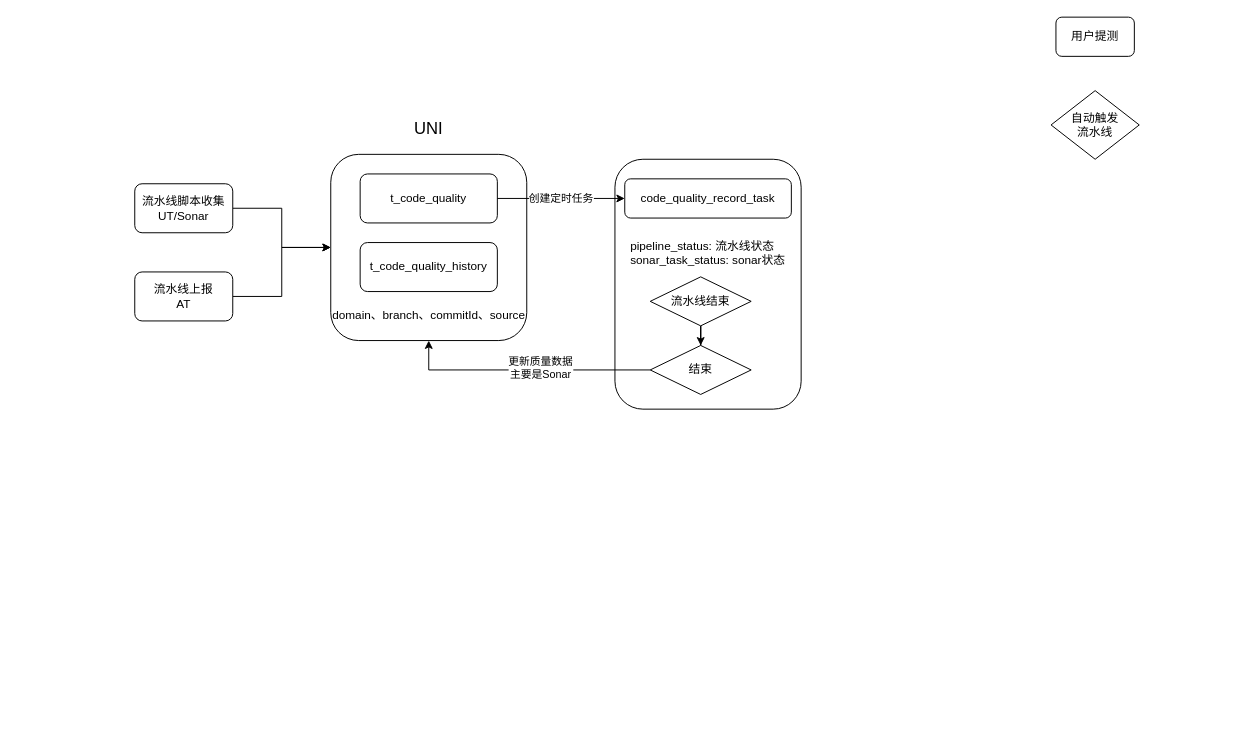
Before: 唯品会/VIP-开发流程.drawio in CoconutLoveCoffee/diagrams, a draw.io diagram. Source tidied: cells renumbered, new cells numbered last; positions are measured from the earlier drawing's top-left corner, leaving out a move shared by most shapes. Both pictures are drawn from the tidied source at 98%, with x=0, y=0 at pixel (134, 17).
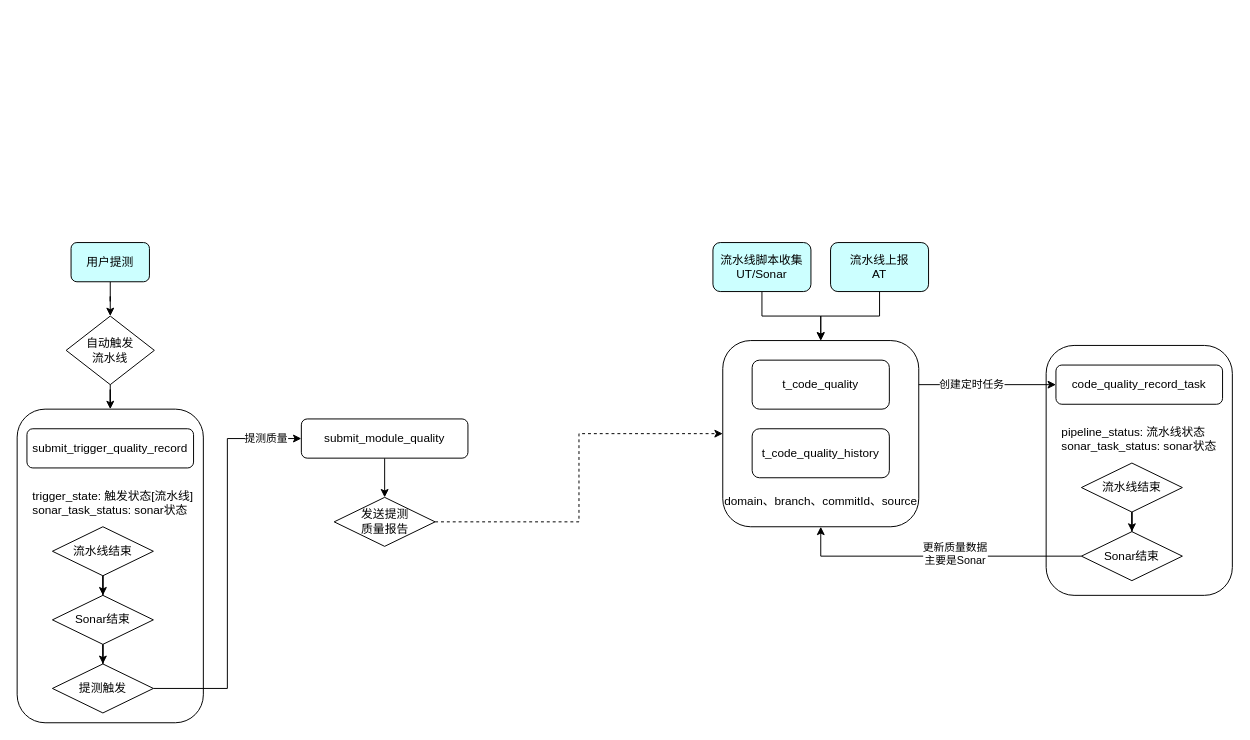
After the change.

Commit message (it also covers changes not shown here):
更新VIP-开发流程.drawio

Unchanged cells that the change refers to:
```xml
<mxCell id="15" value="code_quality_record_task" style="rounded=1;whiteSpace=wrap;html=1;" parent="14" vertex="1">
  <mxGeometry width="170" height="40" as="geometry" />
</mxCell>
<mxCell id="17" style="group;" parent="14" vertex="1">
  <mxGeometry x="26" y="100" width="103" height="120" as="geometry" />
</mxCell>
```

Change to the diagram source:
```diff
@@
+    <mxCell id="27" style="group;" parent="1" vertex="1">
+      <mxGeometry x="-120" y="230" width="460" height="490" as="geometry" />
+    </mxCell>
+    <mxCell id="28" style="rounded=1;whiteSpace=wrap;html=1;" parent="27" vertex="1">
+      <mxGeometry y="170" width="190" height="320" as="geometry" />
+    </mxCell>
+    <mxCell id="29" value="&lt;div&gt;submit_trigger_quality_record&lt;br&gt;&lt;/div&gt;" style="rounded=1;whiteSpace=wrap;html=1;" parent="27" vertex="1">
+      <mxGeometry x="10" y="190" width="170" height="40" as="geometry" />
+    </mxCell>
+    <mxCell id="30" value="trigger_state: 触发状态[流水线]&lt;div&gt;sonar_task_status: sonar状态&lt;/div&gt;" style="text;html=1;align=left;verticalAlign=top;whiteSpace=wrap;rounded=0;" parent="27" vertex="1">
+      <mxGeometry x="13.5" y="245" width="170" height="40" as="geometry" />
+    </mxCell>
+    <mxCell id="31" style="edgeStyle=orthogonalEdgeStyle;rounded=0;jettySize=auto;html=1;entryX=0.5;entryY=0;entryDx=0;entryDy=0;" parent="27" edge="1" source="32" target="34">
+      <mxGeometry relative="1" as="geometry" />
+    </mxCell>
+    <mxCell id="32" value="流水线结束" style="rhombus;whiteSpace=wrap;html=1;" parent="27" vertex="1">
+      <mxGeometry x="36" y="290" width="103" height="50" as="geometry" />
+    </mxCell>
+    <mxCell id="33" style="edgeStyle=orthogonalEdgeStyle;rounded=0;jettySize=auto;html=1;entryX=0.5;entryY=0;entryDx=0;entryDy=0;" parent="27" edge="1" source="34" target="37">
+      <mxGeometry relative="1" as="geometry" />
+    </mxCell>
+    <mxCell id="34" value="Sonar结束" style="rhombus;whiteSpace=wrap;html=1;" parent="27" vertex="1">
+      <mxGeometry x="36" y="360" width="103" height="50" as="geometry" />
+    </mxCell>
+    <mxCell id="35" style="edgeStyle=orthogonalEdgeStyle;rounded=0;jettySize=auto;html=1;entryX=0;entryY=0.5;entryDx=0;entryDy=0;" parent="27" edge="1" source="37" target="39">
+      <mxGeometry relative="1" as="geometry" />
+    </mxCell>
+    <mxCell id="36" value="提测质量" style="edgeLabel;html=1;align=center;verticalAlign=middle;" parent="35" vertex="1">
+      <mxGeometry x="0.82" y="1" relative="1" as="geometry" />
+    </mxCell>
+    <mxCell id="37" value="提测触发" style="rhombus;whiteSpace=wrap;html=1;" parent="27" vertex="1">
+      <mxGeometry x="36" y="430" width="103" height="50" as="geometry" />
+    </mxCell>
+    <mxCell id="38" style="edgeStyle=orthogonalEdgeStyle;rounded=0;jettySize=auto;html=1;" parent="27" edge="1" source="39" target="40">
+      <mxGeometry relative="1" as="geometry" />
+    </mxCell>
+    <mxCell id="39" value="&lt;div&gt;submit_module_quality&lt;br&gt;&lt;/div&gt;" style="rounded=1;whiteSpace=wrap;html=1;" parent="27" vertex="1">
+      <mxGeometry x="290" y="180" width="170" height="40" as="geometry" />
+    </mxCell>
+    <mxCell id="40" value="发送提测&lt;div&gt;质量报告&lt;/div&gt;" style="rhombus;whiteSpace=wrap;html=1;" parent="27" vertex="1">
+      <mxGeometry x="323.5" y="260" width="103" height="50" as="geometry" />
+    </mxCell>
+    <mxCell id="41" style="group;" parent="27" vertex="1">
+      <mxGeometry x="50" width="90" height="145" as="geometry" />
+    </mxCell>
+    <mxCell id="42" style="edgeStyle=orthogonalEdgeStyle;rounded=0;jettySize=auto;html=1;entryX=0.5;entryY=0;entryDx=0;entryDy=0;" parent="41" edge="1" source="23" target="24">
+      <mxGeometry relative="1" as="geometry" />
+    </mxCell>
+    <mxCell id="23" value="用户提测" style="rounded=1;whiteSpace=wrap;html=1;fillColor=#CCFFFF;" parent="41" vertex="1">
+      <mxGeometry x="5" width="80" height="40" as="geometry" />
+    </mxCell>
+    <mxCell id="24" value="自动触发&lt;div&gt;流水线&lt;/div&gt;" style="rhombus;whiteSpace=wrap;html=1;" parent="41" vertex="1">
+      <mxGeometry y="75" width="90" height="70" as="geometry" />
+    </mxCell>
+    <mxCell id="43" style="edgeStyle=orthogonalEdgeStyle;rounded=0;jettySize=auto;html=1;entryX=0.5;entryY=0;entryDx=0;entryDy=0;" parent="27" edge="1" source="24" target="28">
+      <mxGeometry relative="1" as="geometry" />
+    </mxCell>
+    <mxCell id="44" style="group;" parent="1" vertex="1">
+      <mxGeometry x="590" y="230" width="530" height="360" as="geometry" />
+    </mxCell>
-    <mxCell id="2" style="edgeStyle=orthogonalEdgeStyle;rounded=0;jettySize=auto;html=1;" parent="1" edge="1" source="3" target="8">
+    <mxCell id="2" style="edgeStyle=orthogonalEdgeStyle;rounded=0;jettySize=auto;html=1;entryX=0.5;entryY=0;entryDx=0;entryDy=0;" parent="44" edge="1" source="3" target="8">
       <mxGeometry relative="1" as="geometry" />
     </mxCell>
-    <mxCell id="3" value="流水线脚本收集UT/Sonar" style="rounded=1;whiteSpace=wrap;html=1;" parent="1" vertex="1">
-      <mxGeometry y="170" width="100" height="50" as="geometry" />
+    <mxCell id="3" value="流水线脚本收集UT/Sonar" style="rounded=1;whiteSpace=wrap;html=1;fillColor=#CCFFFF;" parent="44" vertex="1">
+      <mxGeometry width="100" height="50" as="geometry" />
     </mxCell>
-    <mxCell id="4" style="edgeStyle=orthogonalEdgeStyle;rounded=0;jettySize=auto;html=1;entryX=0;entryY=0.5;entryDx=0;entryDy=0;" parent="1" edge="1" source="5" target="8">
+    <mxCell id="4" style="edgeStyle=orthogonalEdgeStyle;rounded=0;jettySize=auto;html=1;entryX=0.5;entryY=0;entryDx=0;entryDy=0;" parent="44" edge="1" source="5" target="8">
       <mxGeometry relative="1" as="geometry" />
     </mxCell>
-    <mxCell id="5" value="&lt;div&gt;&lt;span style=&quot;background-color: initial;&quot;&gt;流水线上报&lt;/span&gt;&lt;/div&gt;&lt;div&gt;&lt;span style=&quot;background-color: initial;&quot;&gt;AT&lt;/span&gt;&lt;br&gt;&lt;/div&gt;" style="rounded=1;whiteSpace=wrap;html=1;" parent="1" vertex="1">
-      <mxGeometry y="260" width="100" height="50" as="geometry" />
+    <mxCell id="5" value="&lt;div&gt;&lt;span style=&quot;background-color: initial;&quot;&gt;流水线上报&lt;/span&gt;&lt;/div&gt;&lt;div&gt;&lt;span style=&quot;background-color: initial;&quot;&gt;AT&lt;/span&gt;&lt;br&gt;&lt;/div&gt;" style="rounded=1;whiteSpace=wrap;html=1;fillColor=#CCFFFF;" parent="44" vertex="1">
+      <mxGeometry x="120" width="100" height="50" as="geometry" />
     </mxCell>
-    <mxCell id="6" style="group;" parent="1" vertex="1">
-      <mxGeometry x="200" y="100" width="200" height="230" as="geometry" />
-    </mxCell>
-    <mxCell id="7" value="UNI" style="text;html=1;align=center;verticalAlign=middle;whiteSpace=wrap;rounded=0;fontSize=17;" parent="6" vertex="1">
-      <mxGeometry x="70" width="60" height="30" as="geometry" />
-    </mxCell>
-    <mxCell id="8" style="rounded=1;whiteSpace=wrap;html=1;" parent="6" vertex="1">
-      <mxGeometry y="40" width="200" height="190" as="geometry" />
-    </mxCell>
-    <mxCell id="9" value="&lt;div&gt;t_code_quality&lt;/div&gt;" style="rounded=1;whiteSpace=wrap;html=1;" parent="6" vertex="1">
-      <mxGeometry x="30" y="60" width="140" height="50" as="geometry" />
-    </mxCell>
-    <mxCell id="10" value="&lt;div&gt;t_code_quality_history&lt;/div&gt;" style="rounded=1;whiteSpace=wrap;html=1;" parent="6" vertex="1">
-      <mxGeometry x="30" y="130" width="140" height="50" as="geometry" />
-    </mxCell>
-    <mxCell id="11" value="domain、branch、commitId、source" style="text;html=1;align=left;verticalAlign=top;whiteSpace=wrap;rounded=0;" parent="6" vertex="1">
-      <mxGeometry y="190" width="200" height="30" as="geometry" />
-    </mxCell>
-    <mxCell id="12" style="group;" parent="1" vertex="1">
-      <mxGeometry x="490" y="145" width="190" height="255" as="geometry" />
+    <mxCell id="12" style="group;" parent="44" vertex="1">
+      <mxGeometry x="340" y="105" width="190" height="255" as="geometry" />
     </mxCell>
@@
-    <mxCell id="20" value="结束" style="rhombus;whiteSpace=wrap;html=1;" parent="17" vertex="1">
+    <mxCell id="20" value="Sonar结束" style="rhombus;whiteSpace=wrap;html=1;" parent="17" vertex="1">
       <mxGeometry y="70" width="103" height="50" as="geometry" />
     </mxCell>
-    <mxCell id="21" style="edgeStyle=orthogonalEdgeStyle;rounded=0;jettySize=auto;html=1;entryX=0;entryY=0.5;entryDx=0;entryDy=0;" parent="1" edge="1" source="9" target="15">
+    <mxCell id="21" style="edgeStyle=orthogonalEdgeStyle;rounded=0;jettySize=auto;html=1;entryX=0;entryY=0.5;entryDx=0;entryDy=0;" parent="44" edge="1" source="9" target="15">
       <mxGeometry relative="1" as="geometry" />
     </mxCell>
@@
-    <mxCell id="23" value="用户提测" style="rounded=1;whiteSpace=wrap;html=1;" parent="1" vertex="1">
-      <mxGeometry x="940" width="80" height="40" as="geometry" />
-    </mxCell>
-    <mxCell id="24" value="自动触发&lt;div&gt;流水线&lt;/div&gt;" style="rhombus;whiteSpace=wrap;html=1;" parent="1" vertex="1">
-      <mxGeometry x="935" y="75" width="90" height="70" as="geometry" />
-    </mxCell>
-    <mxCell id="25" style="edgeStyle=orthogonalEdgeStyle;rounded=0;jettySize=auto;html=1;entryX=0.5;entryY=1;entryDx=0;entryDy=0;" parent="1" edge="1" source="20" target="8">
+    <mxCell id="25" style="edgeStyle=orthogonalEdgeStyle;rounded=0;jettySize=auto;html=1;entryX=0.5;entryY=1;entryDx=0;entryDy=0;" parent="44" edge="1" source="20" target="8">
       <mxGeometry relative="1" as="geometry" />
     </mxCell>
@@
+    <mxCell id="8" style="rounded=1;whiteSpace=wrap;html=1;" parent="44" vertex="1">
+      <mxGeometry x="10" y="100" width="200" height="190" as="geometry" />
+    </mxCell>
+    <mxCell id="9" value="&lt;div&gt;t_code_quality&lt;/div&gt;" style="rounded=1;whiteSpace=wrap;html=1;" parent="44" vertex="1">
+      <mxGeometry x="40" y="120" width="140" height="50" as="geometry" />
+    </mxCell>
+    <mxCell id="10" value="&lt;div&gt;t_code_quality_history&lt;/div&gt;" style="rounded=1;whiteSpace=wrap;html=1;" parent="44" vertex="1">
+      <mxGeometry x="40" y="190" width="140" height="50" as="geometry" />
+    </mxCell>
+    <mxCell id="11" value="domain、branch、commitId、source" style="text;html=1;align=left;verticalAlign=top;whiteSpace=wrap;rounded=0;" parent="44" vertex="1">
+      <mxGeometry x="10" y="250" width="200" height="30" as="geometry" />
+    </mxCell>
+    <mxCell id="45" style="edgeStyle=orthogonalEdgeStyle;rounded=0;jettySize=auto;html=1;entryX=0;entryY=0.5;entryDx=0;entryDy=0;dashed=1;" parent="1" edge="1" source="40" target="8">
+      <mxGeometry relative="1" as="geometry" />
+    </mxCell>
```
